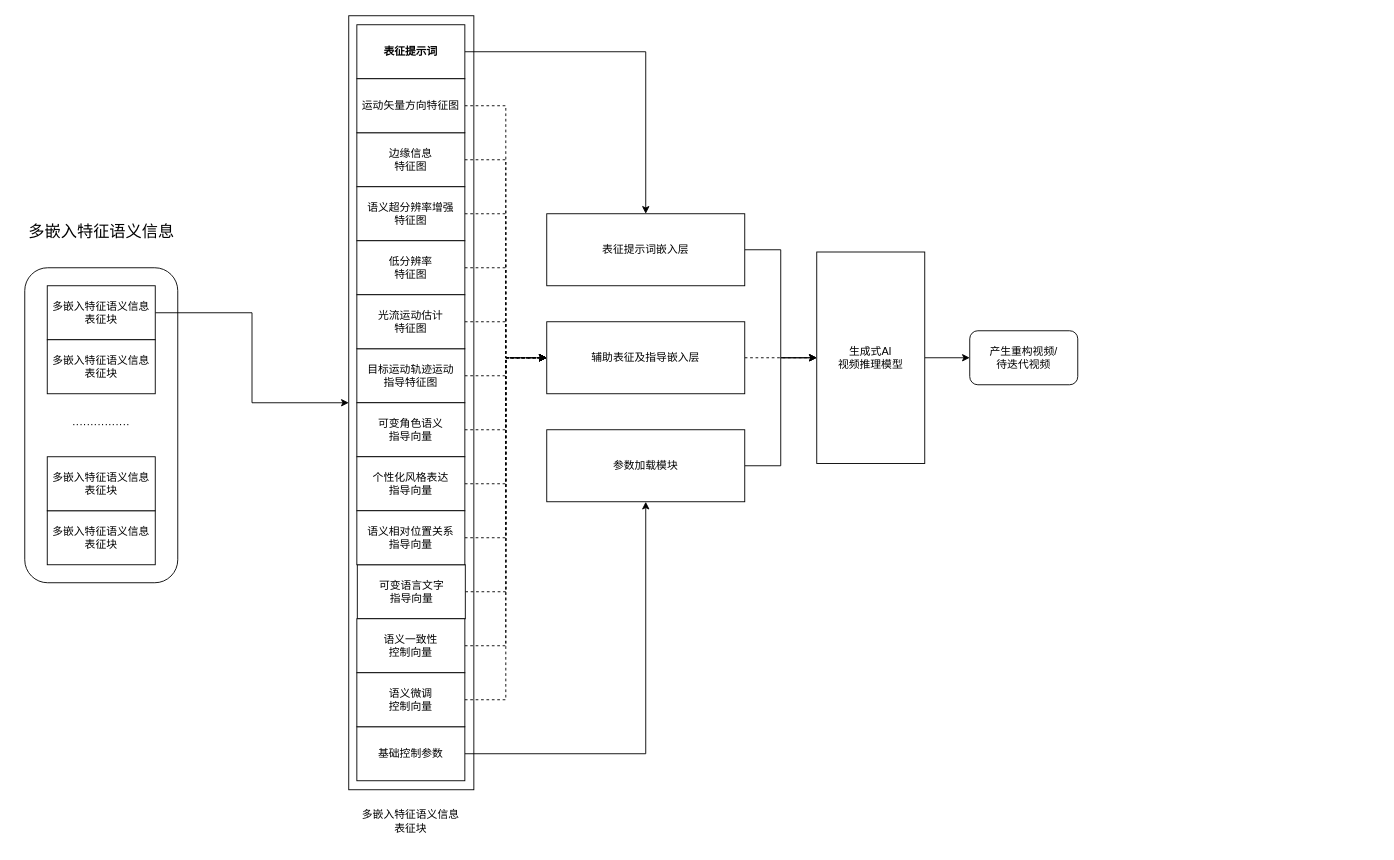
Above: 生成式AI解码模块_视频.drawio in hrf666666/FlowCharts (draw.io), before the change. Source tidied: cells renumbered, new cells numbered last; positions are measured from the earlier drawing's top-left corner, leaving out a move shared by most shapes. Both pictures are drawn from the tidied source at 90%, with x=0, y=0 at pixel (15, 15).
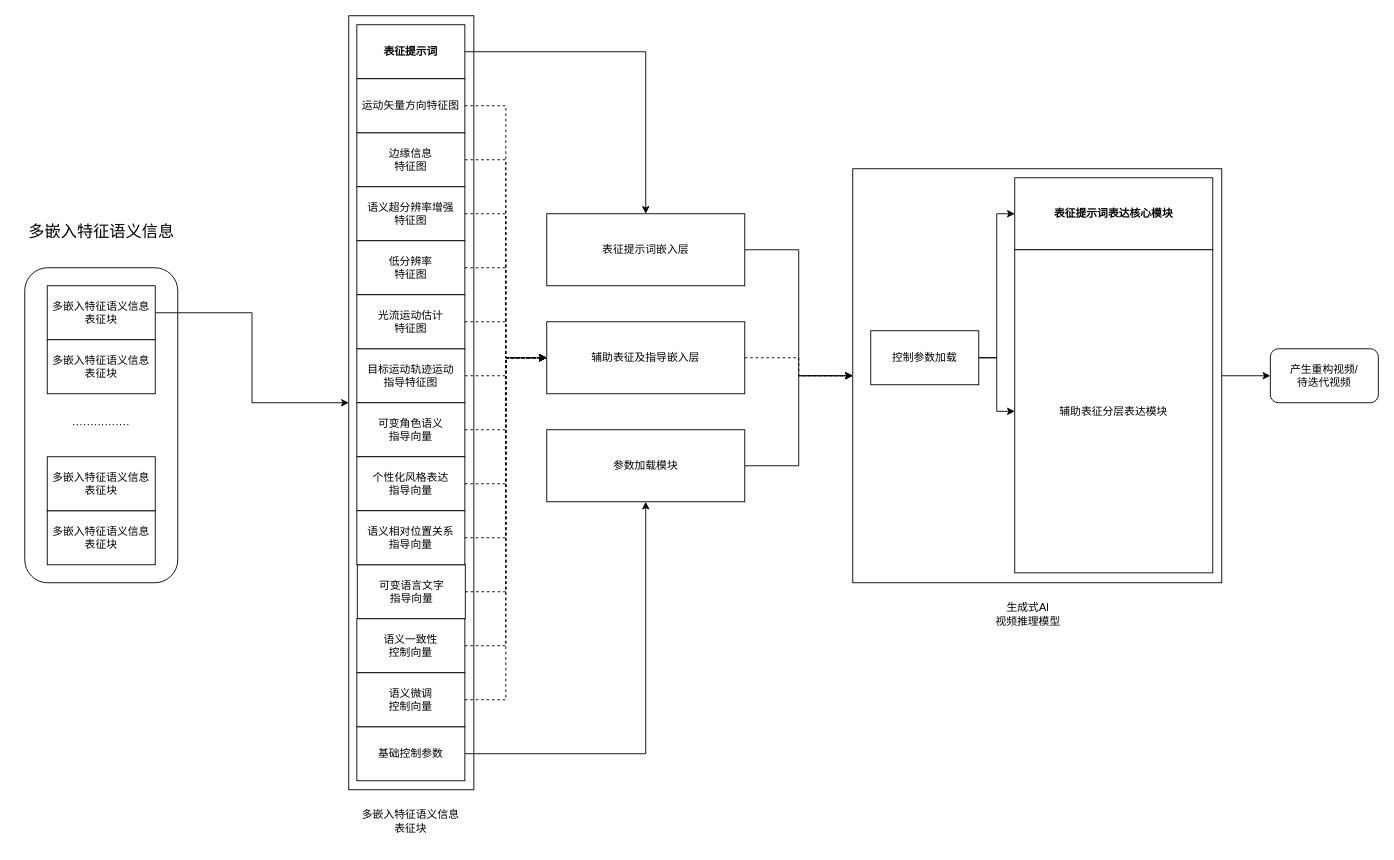
The same page after the edit.

Commit message:
更新生成式AI解码模块_视频.drawio

The change refers to these unchanged cells:
```xml
<mxCell id="40" value="参数加载模块" style="rounded=0;whiteSpace=wrap;html=1;" parent="1" vertex="1">
  <mxGeometry x="590" y="460" width="220" height="80" as="geometry" />
</mxCell>
<mxCell id="42" value="表征提示词嵌入层" style="rounded=0;whiteSpace=wrap;html=1;" parent="1" vertex="1">
  <mxGeometry x="590" y="220" width="220" height="80" as="geometry" />
</mxCell>
<mxCell id="44" value="辅助表征及指导嵌入层" style="rounded=0;whiteSpace=wrap;html=1;" parent="1" vertex="1">
  <mxGeometry x="590" y="340" width="220" height="80" as="geometry" />
</mxCell>
```

Change to the diagram source:
```diff
@@
-    <mxCell id="39" style="edgeStyle=orthogonalEdgeStyle;rounded=0;jettySize=auto;html=1;entryX=0;entryY=0.5;entryDx=0;entryDy=0;" parent="1" edge="1" source="40" target="46">
+    <mxCell id="39" style="edgeStyle=orthogonalEdgeStyle;rounded=0;jettySize=auto;html=1;entryX=0;entryY=0.5;entryDx=0;entryDy=0;" parent="1" edge="1" source="40" target="50">
       <mxGeometry relative="1" as="geometry" />
     </mxCell>
@@
-    <mxCell id="41" style="edgeStyle=orthogonalEdgeStyle;rounded=0;jettySize=auto;html=1;entryX=0;entryY=0.5;entryDx=0;entryDy=0;" parent="1" edge="1" source="42" target="46">
-      <mxGeometry relative="1" as="geometry" />
-    </mxCell>
+    <mxCell id="48" style="edgeStyle=orthogonalEdgeStyle;rounded=0;jettySize=auto;html=1;entryX=0;entryY=0.5;entryDx=0;entryDy=0;" parent="1" edge="1" source="42" target="50">
+      <mxGeometry relative="1" as="geometry" />
+    </mxCell>
@@
-    <mxCell id="43" style="edgeStyle=orthogonalEdgeStyle;rounded=0;jettySize=auto;html=1;entryX=0;entryY=0.5;entryDx=0;entryDy=0;dashed=1;" parent="1" edge="1" source="44" target="46">
+    <mxCell id="43" style="edgeStyle=orthogonalEdgeStyle;rounded=0;jettySize=auto;html=1;entryX=0;entryY=0.5;entryDx=0;entryDy=0;dashed=1;" parent="1" edge="1" source="44" target="50">
       <mxGeometry relative="1" as="geometry" />
     </mxCell>
@@
-    <mxCell id="45" style="edgeStyle=orthogonalEdgeStyle;rounded=0;jettySize=auto;html=1;entryX=0;entryY=0.5;entryDx=0;entryDy=0;" parent="1" edge="1" source="46" target="47">
-      <mxGeometry relative="1" as="geometry" />
-    </mxCell>
+    <mxCell id="47" value="产生重构视频/&lt;br&gt;待迭代视频" style="rounded=1;whiteSpace=wrap;html=1;" parent="1" vertex="1">
+      <mxGeometry x="1394" y="370" width="120" height="60" as="geometry" />
+    </mxCell>
-    <mxCell id="46" value="生成式AI&lt;div&gt;视频推理模型&lt;/div&gt;" style="rounded=0;whiteSpace=wrap;html=1;" parent="1" vertex="1">
-      <mxGeometry x="890" y="262.5" width="120" height="235" as="geometry" />
+    <mxCell id="46" value="生成式AI&lt;div&gt;视频推理模型&lt;/div&gt;" style="text;html=1;align=center;verticalAlign=middle;whiteSpace=wrap;rounded=0;" parent="1" vertex="1">
+      <mxGeometry x="1040" y="650" width="170" height="30" as="geometry" />
     </mxCell>
-    <mxCell id="47" value="产生重构视频/&lt;br&gt;待迭代视频" style="rounded=1;whiteSpace=wrap;html=1;" parent="1" vertex="1">
-      <mxGeometry x="1060" y="350" width="120" height="60" as="geometry" />
-    </mxCell>
+    <mxCell id="49" style="edgeStyle=orthogonalEdgeStyle;rounded=0;jettySize=auto;html=1;entryX=0;entryY=0.5;entryDx=0;entryDy=0;" parent="1" edge="1" source="50" target="47">
+      <mxGeometry relative="1" as="geometry" />
+    </mxCell>
+    <mxCell id="50" style="rounded=0;whiteSpace=wrap;html=1;" parent="1" vertex="1">
+      <mxGeometry x="930" y="170" width="410" height="460" as="geometry" />
+    </mxCell>
+    <mxCell id="51" style="edgeStyle=orthogonalEdgeStyle;rounded=0;jettySize=auto;html=1;entryX=0;entryY=0.5;entryDx=0;entryDy=0;" parent="1" edge="1" source="53" target="54">
+      <mxGeometry relative="1" as="geometry" />
+    </mxCell>
+    <mxCell id="52" style="edgeStyle=orthogonalEdgeStyle;rounded=0;jettySize=auto;html=1;entryX=0;entryY=0.5;entryDx=0;entryDy=0;" parent="1" edge="1" source="53" target="55">
+      <mxGeometry relative="1" as="geometry" />
+    </mxCell>
+    <mxCell id="53" value="控制参数加载" style="rounded=0;whiteSpace=wrap;html=1;" parent="1" vertex="1">
+      <mxGeometry x="950" y="350" width="120" height="60" as="geometry" />
+    </mxCell>
+    <mxCell id="54" value="&lt;b&gt;表征提示词表达核心模块&lt;/b&gt;" style="rounded=0;whiteSpace=wrap;html=1;" parent="1" vertex="1">
+      <mxGeometry x="1110" y="180" width="220" height="80" as="geometry" />
+    </mxCell>
+    <mxCell id="55" value="辅助表征分层表达模块" style="rounded=0;whiteSpace=wrap;html=1;" parent="1" vertex="1">
+      <mxGeometry x="1110" y="260" width="220" height="359" as="geometry" />
+    </mxCell>
```
